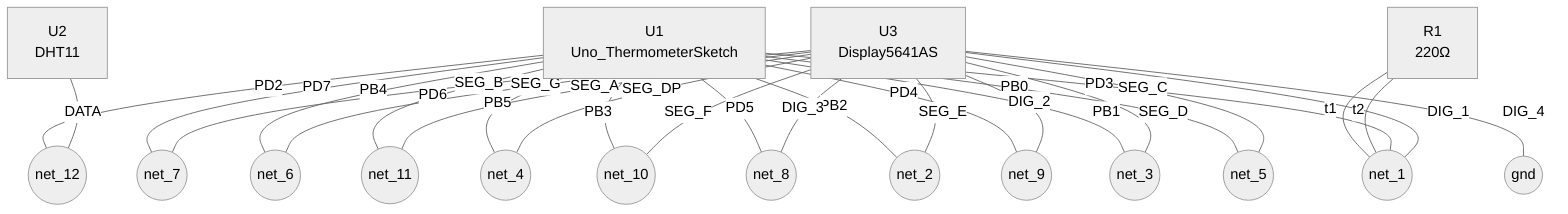
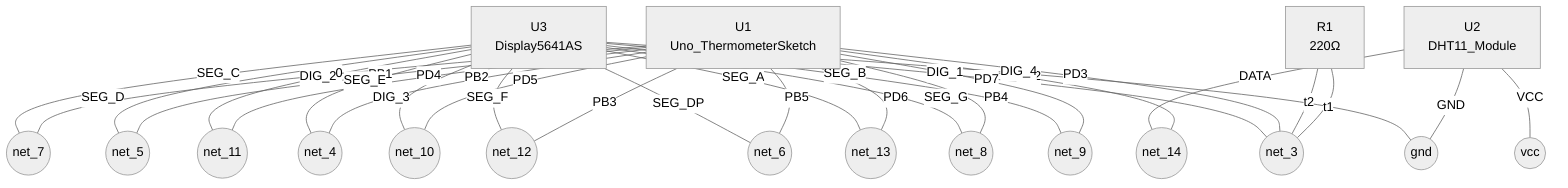
%%{init: {"theme": "neutral"}}%%
flowchart TD
    U1["U1<br/>Uno_ThermometerSketch"]
-     U2["U2<br/>DHT11"]
+     U2["U2<br/>DHT11_Module"]
    U3["U3<br/>Display5641AS"]
    R1["R1<br/>220Ω"]
-     net_1(("net_1"))
+     net_3(("net_3"))
+     net_7(("net_7"))
    net_5(("net_5"))
-     net_3(("net_3"))
-     net_2(("net_2"))
-     net_10(("net_10"))
-     net_6(("net_6"))
    net_4(("net_4"))
    net_12(("net_12"))
+     net_8(("net_8"))
+     net_6(("net_6"))
+     net_14(("net_14"))
+     net_11(("net_11"))
+     net_10(("net_10"))
+     net_13(("net_13"))
    net_9(("net_9"))
-     net_8(("net_8"))
-     net_11(("net_11"))
-     net_7(("net_7"))
    gnd(("gnd"))
-     R1 ---|"t1"| net_1
-     R1 ---|"t2"| net_1
-     U1 ---|"PB0"| net_5
-     U1 ---|"PB1"| net_3
-     U1 ---|"PB2"| net_2
-     U1 ---|"PB3"| net_10
-     U1 ---|"PB4"| net_6
-     U1 ---|"PB5"| net_4
-     U1 ---|"PD2"| net_12
-     U1 ---|"PD3"| net_1
-     U1 ---|"PD4"| net_9
-     U1 ---|"PD5"| net_8
-     U1 ---|"PD6"| net_11
-     U1 ---|"PD7"| net_7
-     U2 ---|"DATA"| net_12
-     U3 ---|"DIG_1"| net_1
-     U3 ---|"DIG_2"| net_9
-     U3 ---|"DIG_3"| net_8
+     vcc(("vcc"))
+     R1 ---|"t1"| net_3
+     R1 ---|"t2"| net_3
+     U1 ---|"PB0"| net_7
+     U1 ---|"PB1"| net_5
+     U1 ---|"PB2"| net_4
+     U1 ---|"PB3"| net_12
+     U1 ---|"PB4"| net_8
+     U1 ---|"PB5"| net_6
+     U1 ---|"PD2"| net_14
+     U1 ---|"PD3"| net_3
+     U1 ---|"PD4"| net_11
+     U1 ---|"PD5"| net_10
+     U1 ---|"PD6"| net_13
+     U1 ---|"PD7"| net_9
+     U2 ---|"DATA"| net_14
+     U2 ---|"GND"| gnd
+     U2 ---|"VCC"| vcc
+     U3 ---|"DIG_1"| net_3
+     U3 ---|"DIG_2"| net_11
+     U3 ---|"DIG_3"| net_10
    U3 ---|"DIG_4"| gnd
-     U3 ---|"SEG_A"| net_11
-     U3 ---|"SEG_B"| net_7
-     U3 ---|"SEG_C"| net_5
-     U3 ---|"SEG_D"| net_3
-     U3 ---|"SEG_DP"| net_4
-     U3 ---|"SEG_E"| net_2
-     U3 ---|"SEG_F"| net_10
-     U3 ---|"SEG_G"| net_6
+     U3 ---|"SEG_A"| net_13
+     U3 ---|"SEG_B"| net_9
+     U3 ---|"SEG_C"| net_7
+     U3 ---|"SEG_D"| net_5
+     U3 ---|"SEG_DP"| net_6
+     U3 ---|"SEG_E"| net_4
+     U3 ---|"SEG_F"| net_12
+     U3 ---|"SEG_G"| net_8
